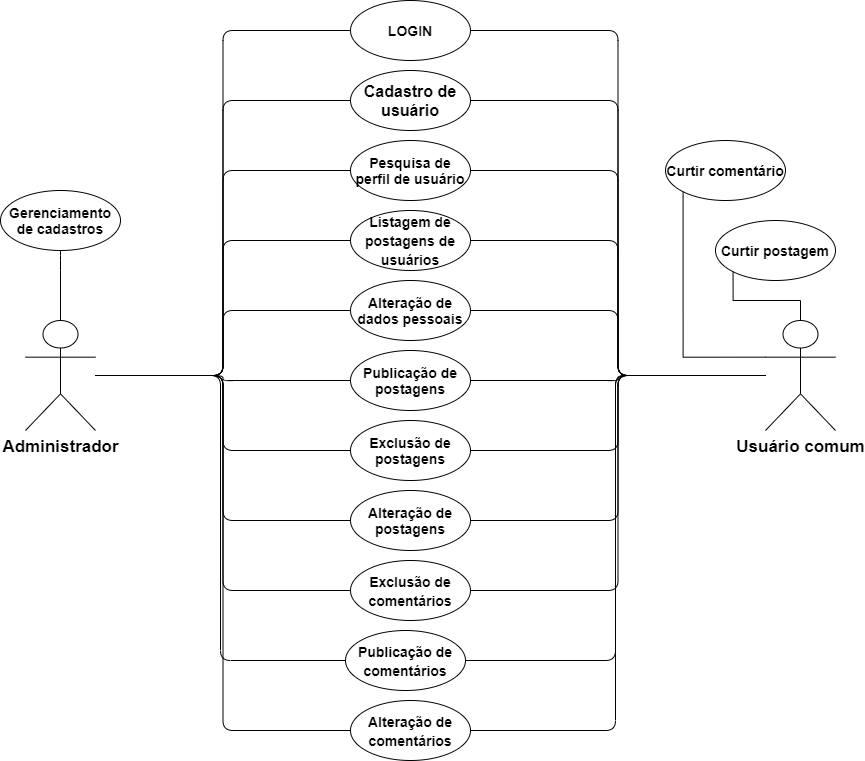
This is diagrama_caso_de_uso.png from cp2-dc-info-projeto-final/equilibrium, a draw.io export, as it was before one commit. Source tidied: cells renumbered, new cells last; positions are measured from the earlier drawing's top-left corner, leaving out a move shared by most shapes.
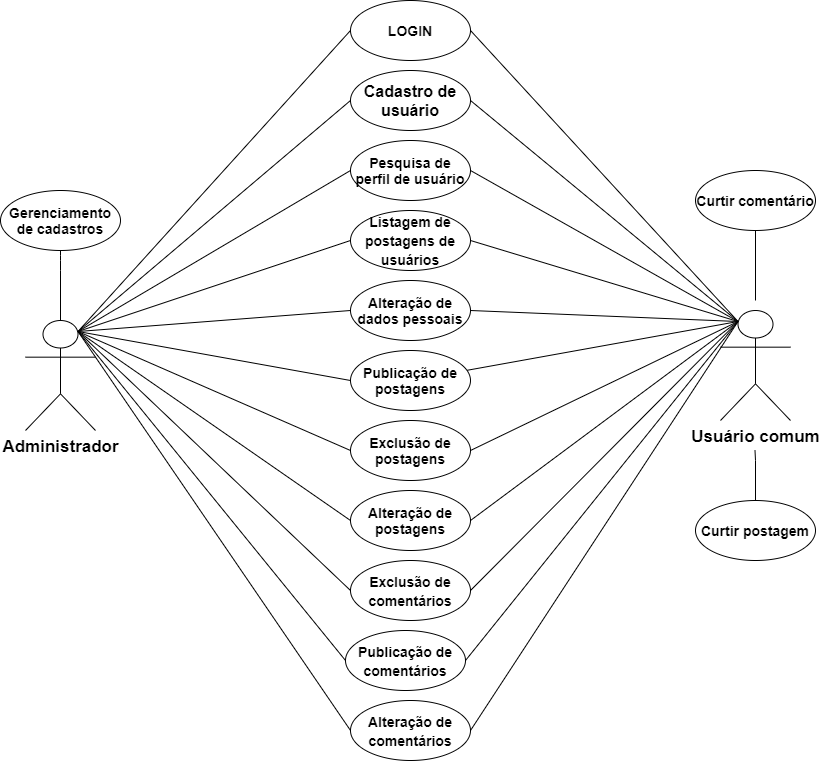
Above is the later version.

What changed in the source:
```diff
@@ -6,7 +6,7 @@
       <mxGeometry x="25" y="320" width="70" height="110" as="geometry" />
     </mxCell>
     <mxCell id="3" value="&lt;span style=&quot;font-size: 17px&quot;&gt;&lt;b&gt;Usuário comum&lt;br&gt;&lt;/b&gt;&lt;/span&gt;" style="shape=umlActor;verticalLabelPosition=bottom;verticalAlign=top;html=1;outlineConnect=0;" parent="1" vertex="1">
-      <mxGeometry x="765" y="320" width="70" height="110" as="geometry" />
+      <mxGeometry x="720" y="310" width="70" height="110" as="geometry" />
     </mxCell>
     <mxCell id="4" value="&lt;font size=&quot;1&quot;&gt;&lt;b style=&quot;font-size: 14px&quot;&gt;LOGIN&lt;/b&gt;&lt;/font&gt;" style="ellipse;whiteSpace=wrap;html=1;" parent="1" vertex="1">
       <mxGeometry x="350" width="120" height="60" as="geometry" />
@@ -52,93 +52,93 @@
         </Array>
       </mxGeometry>
     </mxCell>
+    <mxCell id="39" value="&lt;span style=&quot;font-size: 14px&quot;&gt;&lt;b&gt;Curtir postagem&lt;/b&gt;&lt;/span&gt;" style="ellipse;whiteSpace=wrap;html=1;" parent="1" vertex="1">
+      <mxGeometry x="695" y="500" width="120" height="60" as="geometry" />
+    </mxCell>
+    <mxCell id="40" value="&lt;span style=&quot;font-size: 16px&quot;&gt;&lt;b style=&quot;font-size: 14px&quot;&gt;Curtir comentário&lt;/b&gt;&lt;/span&gt;" style="ellipse;whiteSpace=wrap;html=1;" parent="1" vertex="1">
+      <mxGeometry x="695" y="170" width="120" height="60" as="geometry" />
+    </mxCell>
+    <mxCell id="43" style="endArrow=none;html=1;rounded=0;edgeStyle=orthogonalEdgeStyle;" parent="1" edge="1">
+      <mxGeometry relative="1" as="geometry">
+        <mxPoint x="755" y="300" as="sourcePoint" />
+        <mxPoint x="755" y="230" as="targetPoint" />
+      </mxGeometry>
+    </mxCell>
+    <mxCell id="44" style="endArrow=none;html=1;rounded=0;edgeStyle=orthogonalEdgeStyle;exitX=0.5;exitY=0;exitDx=0;exitDy=0;" parent="1" edge="1" source="39">
+      <mxGeometry relative="1" as="geometry">
+        <mxPoint x="754.5" y="450" as="targetPoint" />
+        <Array as="points">
+          <mxPoint x="755" y="460" />
+        </Array>
+      </mxGeometry>
+    </mxCell>
+    <mxCell id="45" style="endArrow=none;html=1;rounded=0;exitX=1;exitY=0.5;exitDx=0;exitDy=0;entryX=0.25;entryY=0.1;entryDx=0;entryDy=0;entryPerimeter=0;" parent="1" edge="1" source="4" target="3">
+      <mxGeometry relative="1" as="geometry" />
+    </mxCell>
+    <mxCell id="46" style="endArrow=none;html=1;rounded=0;exitX=1;exitY=0.5;exitDx=0;exitDy=0;entryX=0.25;entryY=0.1;entryDx=0;entryDy=0;entryPerimeter=0;" parent="1" edge="1" source="5" target="3">
+      <mxGeometry relative="1" as="geometry" />
+    </mxCell>
+    <mxCell id="47" style="endArrow=none;html=1;rounded=0;exitX=1;exitY=0.5;exitDx=0;exitDy=0;entryX=0.25;entryY=0.1;entryDx=0;entryDy=0;entryPerimeter=0;" parent="1" edge="1" source="6" target="3">
+      <mxGeometry relative="1" as="geometry" />
+    </mxCell>
+    <mxCell id="48" style="endArrow=none;html=1;rounded=0;exitX=1;exitY=0.5;exitDx=0;exitDy=0;entryX=0.25;entryY=0.1;entryDx=0;entryDy=0;entryPerimeter=0;" parent="1" edge="1" source="8" target="3">
+      <mxGeometry relative="1" as="geometry" />
+    </mxCell>
+    <mxCell id="49" style="endArrow=none;html=1;rounded=0;exitX=1;exitY=0.5;exitDx=0;exitDy=0;entryX=0.25;entryY=0.1;entryDx=0;entryDy=0;entryPerimeter=0;" parent="1" edge="1" source="9" target="3">
+      <mxGeometry relative="1" as="geometry" />
+    </mxCell>
+    <mxCell id="50" style="endArrow=none;html=1;rounded=0;entryX=0.25;entryY=0.1;entryDx=0;entryDy=0;entryPerimeter=0;" parent="1" edge="1" source="10" target="3">
+      <mxGeometry relative="1" as="geometry" />
+    </mxCell>
+    <mxCell id="51" style="endArrow=none;html=1;rounded=0;exitX=1;exitY=0.5;exitDx=0;exitDy=0;entryX=0.25;entryY=0.1;entryDx=0;entryDy=0;entryPerimeter=0;" parent="1" edge="1" source="11" target="3">
+      <mxGeometry relative="1" as="geometry" />
+    </mxCell>
+    <mxCell id="52" style="endArrow=none;html=1;rounded=0;exitX=1;exitY=0.5;exitDx=0;exitDy=0;entryX=0.25;entryY=0.1;entryDx=0;entryDy=0;entryPerimeter=0;" parent="1" edge="1" source="12" target="3">
+      <mxGeometry relative="1" as="geometry" />
+    </mxCell>
+    <mxCell id="53" style="endArrow=none;html=1;rounded=0;exitX=1;exitY=0.5;exitDx=0;exitDy=0;entryX=0.25;entryY=0.1;entryDx=0;entryDy=0;entryPerimeter=0;" parent="1" edge="1" source="15" target="3">
+      <mxGeometry relative="1" as="geometry" />
+    </mxCell>
+    <mxCell id="54" style="endArrow=none;html=1;rounded=0;entryX=0.25;entryY=0.1;entryDx=0;entryDy=0;entryPerimeter=0;" parent="1" edge="1" target="3">
+      <mxGeometry relative="1" as="geometry">
+        <mxPoint x="465" y="660" as="sourcePoint" />
+      </mxGeometry>
+    </mxCell>
+    <mxCell id="38" style="endArrow=none;html=1;rounded=0;exitX=1;exitY=0.5;exitDx=0;exitDy=0;entryX=0.25;entryY=0.1;entryDx=0;entryDy=0;entryPerimeter=0;" parent="1" edge="1" source="14" target="3">
+      <mxGeometry relative="1" as="geometry" />
+    </mxCell>
-    <mxCell id="17" style="endArrow=none;html=1;edgeStyle=orthogonalEdgeStyle;rounded=1;entryX=0;entryY=0.5;entryDx=0;entryDy=0;" parent="1" edge="1" source="2" target="4">
+    <mxCell id="17" style="endArrow=none;html=1;rounded=0;exitX=0.75;exitY=0.1;exitDx=0;exitDy=0;exitPerimeter=0;entryX=0;entryY=0.5;entryDx=0;entryDy=0;" parent="1" edge="1" source="2" target="4">
       <mxGeometry relative="1" as="geometry" />
     </mxCell>
-    <mxCell id="18" style="endArrow=none;html=1;edgeStyle=orthogonalEdgeStyle;rounded=1;entryX=0;entryY=0.5;entryDx=0;entryDy=0;" parent="1" edge="1" source="2" target="5">
+    <mxCell id="18" style="endArrow=none;html=1;rounded=0;entryX=0;entryY=0.5;entryDx=0;entryDy=0;exitX=0.75;exitY=0.1;exitDx=0;exitDy=0;exitPerimeter=0;" parent="1" edge="1" source="2" target="5">
       <mxGeometry relative="1" as="geometry" />
     </mxCell>
-    <mxCell id="19" style="endArrow=none;html=1;edgeStyle=orthogonalEdgeStyle;rounded=1;entryX=0;entryY=0.5;entryDx=0;entryDy=0;" parent="1" edge="1" source="2" target="6">
+    <mxCell id="19" style="endArrow=none;html=1;rounded=0;exitX=0.75;exitY=0.1;exitDx=0;exitDy=0;exitPerimeter=0;entryX=0;entryY=0.5;entryDx=0;entryDy=0;" parent="1" edge="1" source="2" target="6">
       <mxGeometry relative="1" as="geometry" />
     </mxCell>
-    <mxCell id="20" style="endArrow=none;html=1;edgeStyle=orthogonalEdgeStyle;rounded=1;entryX=0;entryY=0.5;entryDx=0;entryDy=0;" parent="1" edge="1" source="2" target="8">
+    <mxCell id="20" style="endArrow=none;html=1;rounded=0;exitX=0.75;exitY=0.1;exitDx=0;exitDy=0;exitPerimeter=0;entryX=0;entryY=0.5;entryDx=0;entryDy=0;" parent="1" edge="1" source="2" target="8">
       <mxGeometry relative="1" as="geometry" />
     </mxCell>
-    <mxCell id="21" style="endArrow=none;html=1;edgeStyle=orthogonalEdgeStyle;rounded=1;entryX=0;entryY=0.5;entryDx=0;entryDy=0;" parent="1" edge="1" source="2" target="9">
+    <mxCell id="21" style="endArrow=none;html=1;rounded=0;exitX=0.75;exitY=0.1;exitDx=0;exitDy=0;exitPerimeter=0;entryX=0;entryY=0.5;entryDx=0;entryDy=0;" parent="1" edge="1" source="2" target="9">
       <mxGeometry relative="1" as="geometry" />
     </mxCell>
-    <mxCell id="22" style="endArrow=none;html=1;edgeStyle=orthogonalEdgeStyle;rounded=1;entryX=0;entryY=0.5;entryDx=0;entryDy=0;" parent="1" edge="1" source="2" target="10">
+    <mxCell id="22" style="endArrow=none;html=1;rounded=0;exitX=0.75;exitY=0.1;exitDx=0;exitDy=0;exitPerimeter=0;entryX=0;entryY=0.5;entryDx=0;entryDy=0;" parent="1" edge="1" source="2" target="10">
       <mxGeometry relative="1" as="geometry" />
     </mxCell>
-    <mxCell id="23" style="endArrow=none;html=1;edgeStyle=orthogonalEdgeStyle;rounded=1;entryX=0;entryY=0.5;entryDx=0;entryDy=0;" parent="1" edge="1" source="2" target="11">
+    <mxCell id="23" style="endArrow=none;html=1;rounded=0;exitX=0.75;exitY=0.1;exitDx=0;exitDy=0;exitPerimeter=0;entryX=0;entryY=0.5;entryDx=0;entryDy=0;" parent="1" edge="1" source="2" target="11">
       <mxGeometry relative="1" as="geometry" />
     </mxCell>
-    <mxCell id="24" style="endArrow=none;html=1;edgeStyle=orthogonalEdgeStyle;rounded=1;entryX=0;entryY=0.5;entryDx=0;entryDy=0;" parent="1" edge="1" source="2" target="12">
+    <mxCell id="24" style="endArrow=none;html=1;rounded=0;exitX=0.75;exitY=0.1;exitDx=0;exitDy=0;exitPerimeter=0;entryX=0;entryY=0.5;entryDx=0;entryDy=0;" parent="1" edge="1" source="2" target="12">
       <mxGeometry relative="1" as="geometry" />
     </mxCell>
-    <mxCell id="25" style="endArrow=none;html=1;edgeStyle=orthogonalEdgeStyle;rounded=1;entryX=0;entryY=0.5;entryDx=0;entryDy=0;" parent="1" edge="1" source="2" target="15">
+    <mxCell id="25" style="endArrow=none;html=1;rounded=0;exitX=0.75;exitY=0.1;exitDx=0;exitDy=0;exitPerimeter=0;entryX=0;entryY=0.5;entryDx=0;entryDy=0;" parent="1" edge="1" source="2" target="15">
       <mxGeometry relative="1" as="geometry" />
     </mxCell>
-    <mxCell id="26" style="endArrow=none;html=1;edgeStyle=orthogonalEdgeStyle;rounded=1;entryX=0;entryY=0.5;entryDx=0;entryDy=0;" parent="1" edge="1" source="2" target="13">
+    <mxCell id="26" style="endArrow=none;html=1;rounded=0;exitX=0.75;exitY=0.1;exitDx=0;exitDy=0;exitPerimeter=0;entryX=0;entryY=0.5;entryDx=0;entryDy=0;" parent="1" edge="1" source="2" target="13">
       <mxGeometry relative="1" as="geometry" />
     </mxCell>
-    <mxCell id="27" style="endArrow=none;html=1;edgeStyle=orthogonalEdgeStyle;rounded=1;entryX=0;entryY=0.5;entryDx=0;entryDy=0;" parent="1" edge="1" source="2" target="14">
+    <mxCell id="27" style="endArrow=none;html=1;rounded=0;exitX=0.75;exitY=0.1;exitDx=0;exitDy=0;exitPerimeter=0;entryX=0;entryY=0.5;entryDx=0;entryDy=0;" parent="1" edge="1" source="2" target="14">
       <mxGeometry relative="1" as="geometry" />
     </mxCell>
-    <mxCell id="28" style="endArrow=none;html=1;edgeStyle=orthogonalEdgeStyle;rounded=1;entryX=1;entryY=0.5;entryDx=0;entryDy=0;" parent="1" edge="1" source="3" target="4">
-      <mxGeometry relative="1" as="geometry" />
-    </mxCell>
-    <mxCell id="29" style="endArrow=none;html=1;edgeStyle=orthogonalEdgeStyle;rounded=1;entryX=1;entryY=0.5;entryDx=0;entryDy=0;" parent="1" edge="1" source="3" target="5">
-      <mxGeometry relative="1" as="geometry" />
-    </mxCell>
-    <mxCell id="30" style="endArrow=none;html=1;edgeStyle=orthogonalEdgeStyle;rounded=1;entryX=1;entryY=0.5;entryDx=0;entryDy=0;" parent="1" edge="1" source="3" target="6">
-      <mxGeometry relative="1" as="geometry" />
-    </mxCell>
-    <mxCell id="31" style="endArrow=none;html=1;edgeStyle=orthogonalEdgeStyle;rounded=1;entryX=1;entryY=0.5;entryDx=0;entryDy=0;" parent="1" edge="1" source="3" target="8">
-      <mxGeometry relative="1" as="geometry" />
-    </mxCell>
-    <mxCell id="32" style="endArrow=none;html=1;edgeStyle=orthogonalEdgeStyle;rounded=1;entryX=1;entryY=0.5;entryDx=0;entryDy=0;" parent="1" edge="1" source="3" target="9">
-      <mxGeometry relative="1" as="geometry" />
-    </mxCell>
-    <mxCell id="33" style="endArrow=none;html=1;edgeStyle=orthogonalEdgeStyle;rounded=1;entryX=1;entryY=0.5;entryDx=0;entryDy=0;" parent="1" edge="1" source="3" target="10">
-      <mxGeometry relative="1" as="geometry" />
-    </mxCell>
-    <mxCell id="34" style="endArrow=none;html=1;edgeStyle=orthogonalEdgeStyle;rounded=1;entryX=1;entryY=0.5;entryDx=0;entryDy=0;" parent="1" edge="1" source="3" target="11">
-      <mxGeometry relative="1" as="geometry" />
-    </mxCell>
-    <mxCell id="35" style="endArrow=none;html=1;edgeStyle=orthogonalEdgeStyle;rounded=1;entryX=1;entryY=0.5;entryDx=0;entryDy=0;" parent="1" edge="1" source="3" target="12">
-      <mxGeometry relative="1" as="geometry" />
-    </mxCell>
-    <mxCell id="36" style="endArrow=none;html=1;edgeStyle=orthogonalEdgeStyle;rounded=1;entryX=1;entryY=0.5;entryDx=0;entryDy=0;" parent="1" edge="1" source="3" target="15">
-      <mxGeometry relative="1" as="geometry" />
-    </mxCell>
-    <mxCell id="37" style="endArrow=none;html=1;edgeStyle=orthogonalEdgeStyle;rounded=1;exitX=1;exitY=0.5;exitDx=0;exitDy=0;" parent="1" edge="1" source="13" target="3">
-      <mxGeometry relative="1" as="geometry">
-        <Array as="points">
-          <mxPoint x="615" y="660" />
-          <mxPoint x="615" y="375" />
-        </Array>
-      </mxGeometry>
-    </mxCell>
-    <mxCell id="38" style="endArrow=none;html=1;edgeStyle=orthogonalEdgeStyle;rounded=1;exitX=1;exitY=0.5;exitDx=0;exitDy=0;" parent="1" edge="1" source="14" target="3">
-      <mxGeometry relative="1" as="geometry">
-        <Array as="points">
-          <mxPoint x="615" y="730" />
-          <mxPoint x="615" y="375" />
-        </Array>
-      </mxGeometry>
-    </mxCell>
-    <mxCell id="39" value="&lt;span style=&quot;font-size: 14px&quot;&gt;&lt;b&gt;Curtir postagem&lt;/b&gt;&lt;/span&gt;" style="ellipse;whiteSpace=wrap;html=1;" parent="1" vertex="1">
-      <mxGeometry x="715" y="220" width="120" height="60" as="geometry" />
-    </mxCell>
-    <mxCell id="40" value="&lt;span style=&quot;font-size: 16px&quot;&gt;&lt;b style=&quot;font-size: 14px&quot;&gt;Curtir comentário&lt;/b&gt;&lt;/span&gt;" style="ellipse;whiteSpace=wrap;html=1;" parent="1" vertex="1">
-      <mxGeometry x="665" y="140" width="120" height="60" as="geometry" />
-    </mxCell>
-    <mxCell id="41" style="endArrow=none;html=1;rounded=0;edgeStyle=orthogonalEdgeStyle;entryX=0;entryY=1;entryDx=0;entryDy=0;exitX=0;exitY=0.3333333333333333;exitDx=0;exitDy=0;exitPerimeter=0;" parent="1" edge="1" source="3" target="40">
-      <mxGeometry relative="1" as="geometry" />
-    </mxCell>
-    <mxCell id="42" style="endArrow=none;html=1;rounded=0;edgeStyle=orthogonalEdgeStyle;entryX=0;entryY=1;entryDx=0;entryDy=0;" parent="1" edge="1" source="3" target="39">
-      <mxGeometry relative="1" as="geometry" />
-    </mxCell>
   </root>
 </mxGraphModel>
```
